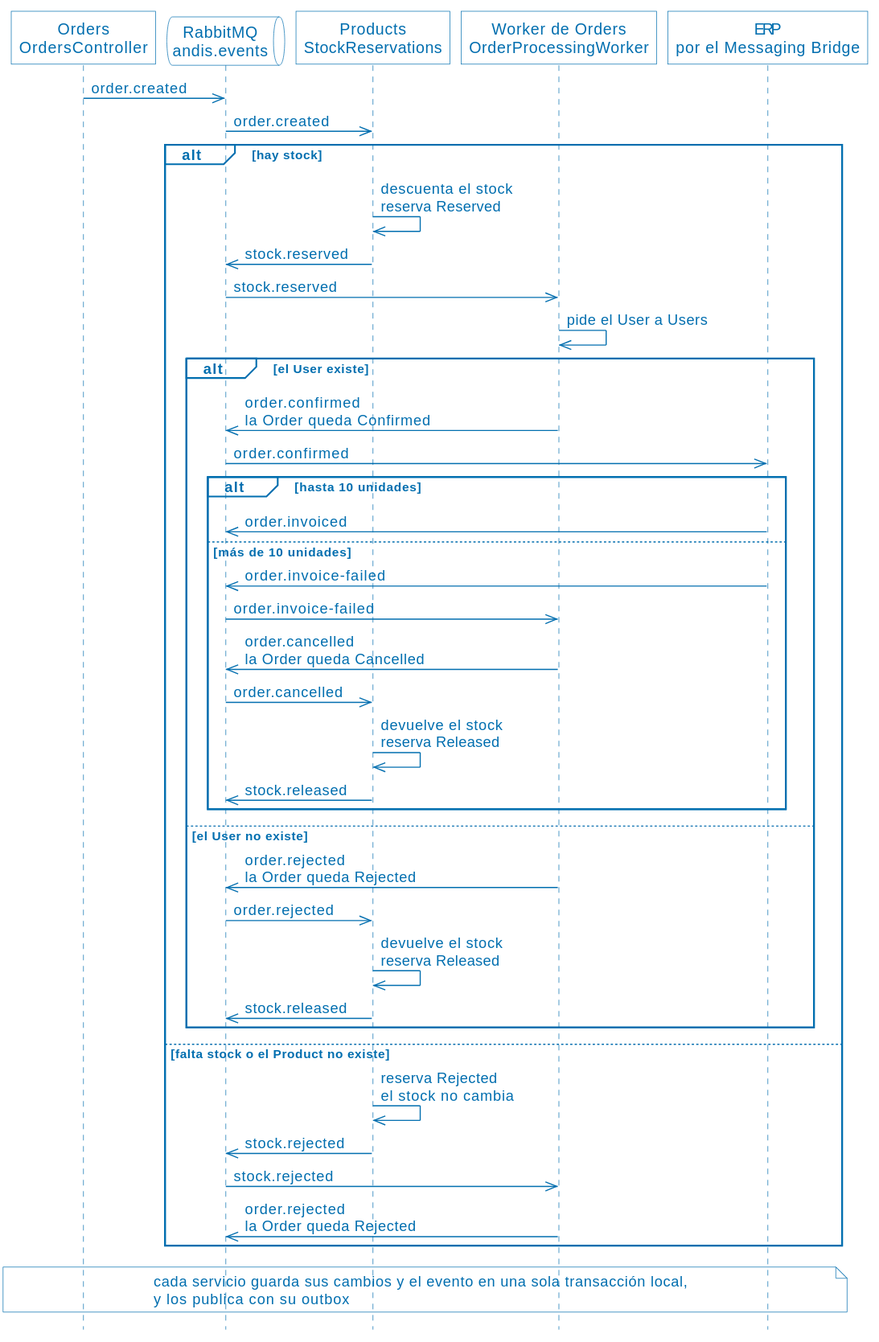
The PlantUML diagram assets/10-saga.svg in ucudal/ANDIS2_UT4_DEMO1, before a commit. Its diagram source:
```plantuml
@startuml
!include PlantUML.style
hide footbox
participant "Orders\nOrdersController" as O
queue "RabbitMQ\nandis.events" as MQ
participant "Products\nStockReservations" as P
participant "Worker de Orders\nOrderProcessingWorker" as W
participant "ERP\npor el Messaging Bridge" as E

O ->> MQ : order.created
MQ ->> P : order.created
alt hay stock
  P ->> P : descuenta el stock\nreserva Reserved
  P ->> MQ : stock.reserved
  MQ ->> W : stock.reserved
  W ->> W : pide el User a Users
  alt el User existe
    W ->> MQ : order.confirmed\nla Order queda Confirmed
    MQ ->> E : order.confirmed
    alt hasta 10 unidades
      E ->> MQ : order.invoiced
    else más de 10 unidades
      E ->> MQ : order.invoice-failed
      MQ ->> W : order.invoice-failed
      W ->> MQ : order.cancelled\nla Order queda Cancelled
      MQ ->> P : order.cancelled
      P ->> P : devuelve el stock\nreserva Released
      P ->> MQ : stock.released
    end
  else el User no existe
    W ->> MQ : order.rejected\nla Order queda Rejected
    MQ ->> P : order.rejected
    P ->> P : devuelve el stock\nreserva Released
    P ->> MQ : stock.released
  end
else falta stock o el Product no existe
  P ->> P : reserva Rejected\nel stock no cambia
  P ->> MQ : stock.rejected
  MQ ->> W : stock.rejected
  W ->> MQ : order.rejected\nla Order queda Rejected
end
note over O, E : cada servicio guarda sus cambios y el evento en una sola transacción local,\ny los publica con su outbox
@enduml
```
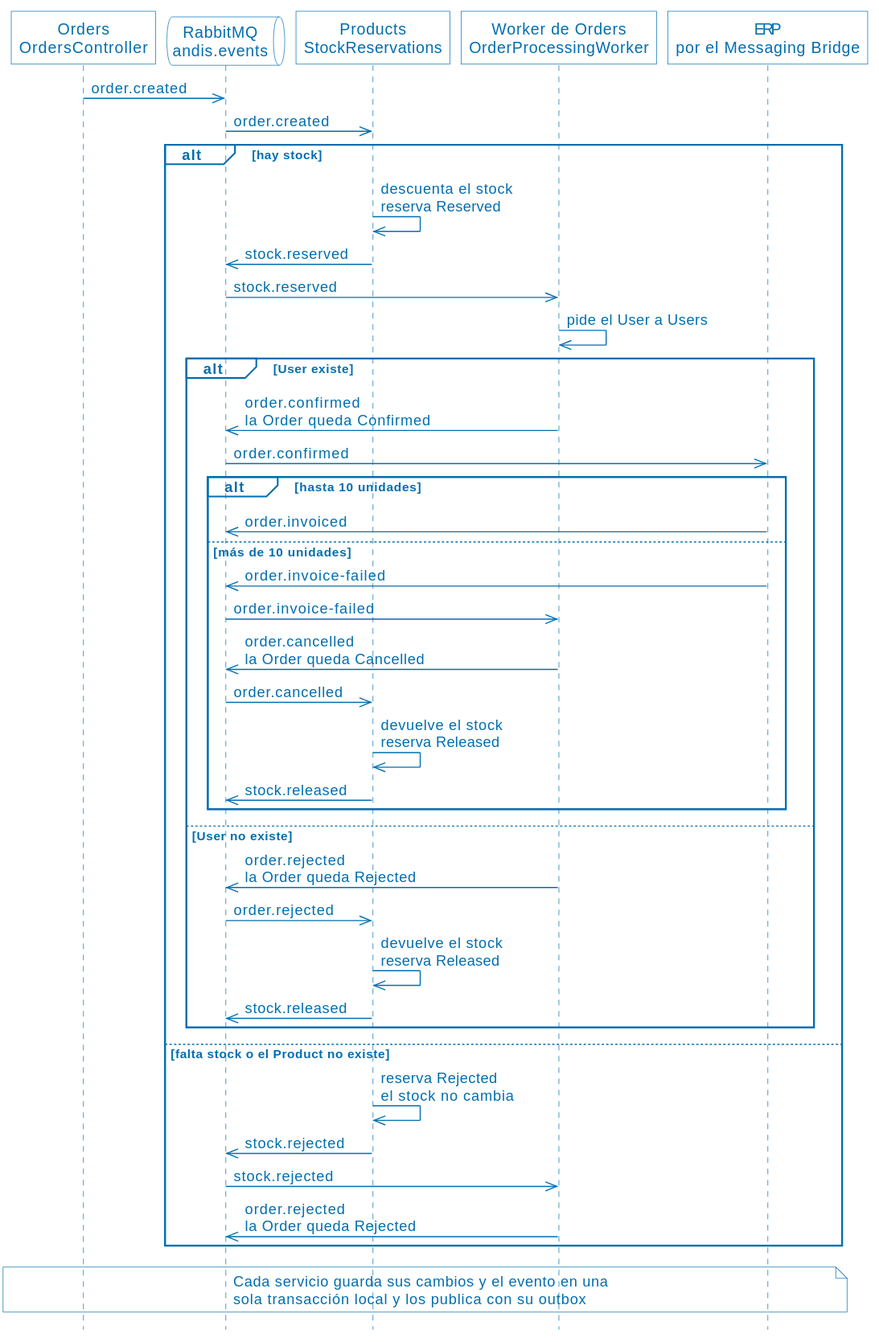
After the change.

Commit message:
Updated Grafana panels for Saga demo

The edit, as a diff of the source:
```diff
@@ -14,7 +14,7 @@
   P ->> MQ : stock.reserved
   MQ ->> W : stock.reserved
   W ->> W : pide el User a Users
-  alt el User existe
+  alt User existe
     W ->> MQ : order.confirmed\nla Order queda Confirmed
     MQ ->> E : order.confirmed
     alt hasta 10 unidades
@@ -27,7 +27,7 @@
       P ->> P : devuelve el stock\nreserva Released
       P ->> MQ : stock.released
     end
-  else el User no existe
+  else User no existe
     W ->> MQ : order.rejected\nla Order queda Rejected
     MQ ->> P : order.rejected
     P ->> P : devuelve el stock\nreserva Released
@@ -39,5 +39,5 @@
   MQ ->> W : stock.rejected
   W ->> MQ : order.rejected\nla Order queda Rejected
 end
-note over O, E : cada servicio guarda sus cambios y el evento en una sola transacción local,\ny los publica con su outbox
+note over O, E : Cada servicio guarda sus cambios y el evento en una\nsola transacción local y los publica con su outbox
 @enduml
```
